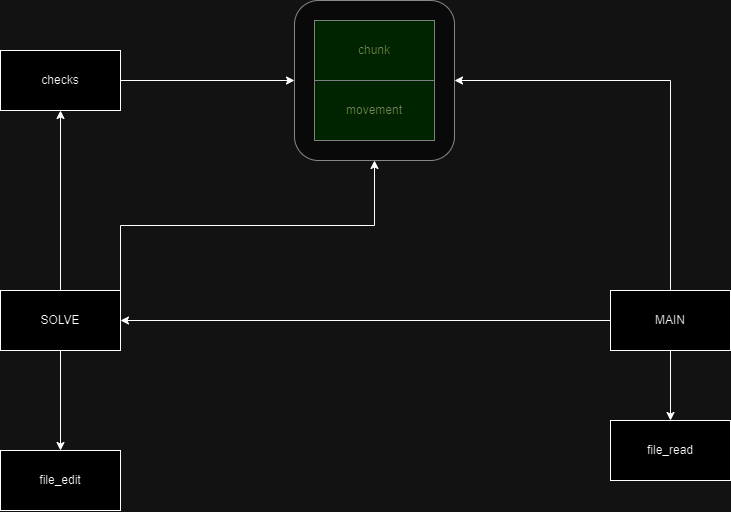
Above: Połączenia.png in Mkkami/LabyrinthSolver (draw.io), before the change. Source tidied: cells renumbered, new cells last; positions are measured from the earlier drawing's top-left corner, leaving out a move shared by most shapes. Source of this version:
```xml
<mxGraphModel>
  <root>
    <mxCell id="0" />
    <mxCell id="1" parent="0" />
    <mxCell id="2" style="edgeStyle=orthogonalEdgeStyle;rounded=0;jettySize=auto;html=1;entryX=0.5;entryY=0;entryDx=0;entryDy=0;" parent="1" edge="1" source="5" target="8">
      <mxGeometry relative="1" as="geometry" />
    </mxCell>
    <mxCell id="3" style="edgeStyle=orthogonalEdgeStyle;rounded=0;jettySize=auto;html=1;entryX=1;entryY=0.5;entryDx=0;entryDy=0;" parent="1" edge="1" source="5" target="12">
      <mxGeometry relative="1" as="geometry" />
    </mxCell>
    <mxCell id="4" style="edgeStyle=orthogonalEdgeStyle;rounded=0;jettySize=auto;html=1;entryX=1;entryY=0.5;entryDx=0;entryDy=0;" parent="1" edge="1" source="5" target="16">
      <mxGeometry relative="1" as="geometry">
        <Array as="points">
          <mxPoint x="670" y="80" />
        </Array>
      </mxGeometry>
    </mxCell>
    <mxCell id="5" value="MAIN" style="rounded=0;whiteSpace=wrap;html=1;" parent="1" vertex="1">
      <mxGeometry x="610" y="290" width="120" height="60" as="geometry" />
    </mxCell>
    <mxCell id="6" value="chunk" style="rounded=0;whiteSpace=wrap;html=1;fillColor=#99FF33;" parent="1" vertex="1">
      <mxGeometry x="314" y="20" width="120" height="60" as="geometry" />
    </mxCell>
    <mxCell id="7" value="movement" style="rounded=0;whiteSpace=wrap;html=1;fillColor=#99FF33;" parent="1" vertex="1">
      <mxGeometry x="314" y="80" width="120" height="60" as="geometry" />
    </mxCell>
    <mxCell id="8" value="file_read" style="rounded=0;whiteSpace=wrap;html=1;" parent="1" vertex="1">
      <mxGeometry x="610" y="420" width="120" height="60" as="geometry" />
    </mxCell>
    <mxCell id="9" style="edgeStyle=orthogonalEdgeStyle;rounded=0;jettySize=auto;html=1;entryX=0.5;entryY=1;entryDx=0;entryDy=0;" parent="1" edge="1" source="12" target="14">
      <mxGeometry relative="1" as="geometry" />
    </mxCell>
    <mxCell id="10" style="edgeStyle=orthogonalEdgeStyle;rounded=0;jettySize=auto;html=1;" parent="1" edge="1" source="12" target="15">
      <mxGeometry relative="1" as="geometry" />
    </mxCell>
    <mxCell id="11" style="edgeStyle=orthogonalEdgeStyle;rounded=0;jettySize=auto;html=1;exitX=1;exitY=0;exitDx=0;exitDy=0;entryX=0.5;entryY=1;entryDx=0;entryDy=0;" parent="1" edge="1" source="12" target="16">
      <mxGeometry relative="1" as="geometry" />
    </mxCell>
    <mxCell id="12" value="SOLVE" style="rounded=0;whiteSpace=wrap;html=1;" parent="1" vertex="1">
      <mxGeometry y="290" width="120" height="60" as="geometry" />
    </mxCell>
    <mxCell id="13" style="edgeStyle=orthogonalEdgeStyle;rounded=0;jettySize=auto;html=1;entryX=0;entryY=0.5;entryDx=0;entryDy=0;" parent="1" edge="1" source="14" target="16">
      <mxGeometry relative="1" as="geometry" />
    </mxCell>
    <mxCell id="14" value="checks" style="rounded=0;whiteSpace=wrap;html=1;" parent="1" vertex="1">
      <mxGeometry y="50" width="120" height="60" as="geometry" />
    </mxCell>
    <mxCell id="15" value="file_edit" style="rounded=0;whiteSpace=wrap;html=1;" parent="1" vertex="1">
      <mxGeometry y="450" width="120" height="60" as="geometry" />
    </mxCell>
    <mxCell id="16" style="rounded=1;whiteSpace=wrap;html=1;gradientColor=none;opacity=50;" parent="1" vertex="1">
      <mxGeometry x="294" width="160" height="160" as="geometry" />
    </mxCell>
  </root>
</mxGraphModel>
```
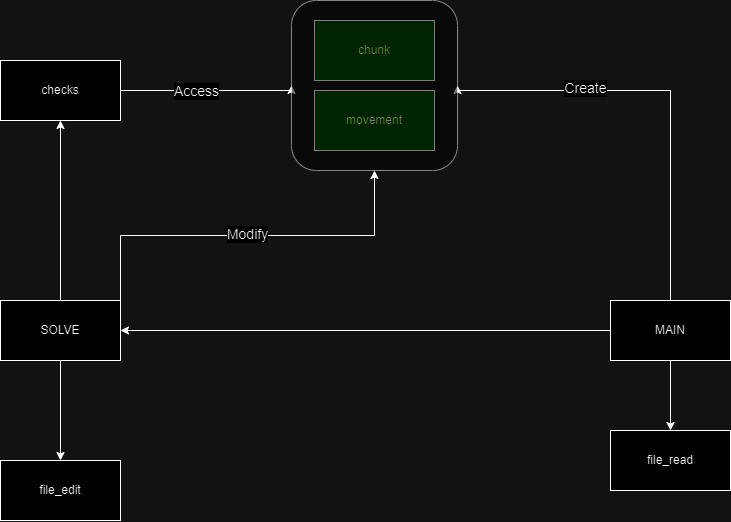
The same diagram one commit later.

Commit message:
Name links

What changed in the source:
```diff
@@ -15,11 +15,14 @@
         </Array>
       </mxGeometry>
     </mxCell>
+    <mxCell id="17" value="&lt;font style=&quot;font-size: 14px;&quot;&gt;Create&lt;/font&gt;" style="edgeLabel;html=1;align=center;verticalAlign=middle;" parent="4" vertex="1">
+      <mxGeometry x="0.38" y="-2" relative="1" as="geometry" />
+    </mxCell>
     <mxCell id="5" value="MAIN" style="rounded=0;whiteSpace=wrap;html=1;" parent="1" vertex="1">
       <mxGeometry x="610" y="290" width="120" height="60" as="geometry" />
     </mxCell>
     <mxCell id="6" value="chunk" style="rounded=0;whiteSpace=wrap;html=1;fillColor=#99FF33;" parent="1" vertex="1">
-      <mxGeometry x="314" y="20" width="120" height="60" as="geometry" />
+      <mxGeometry x="314" y="10" width="120" height="60" as="geometry" />
     </mxCell>
     <mxCell id="7" value="movement" style="rounded=0;whiteSpace=wrap;html=1;fillColor=#99FF33;" parent="1" vertex="1">
       <mxGeometry x="314" y="80" width="120" height="60" as="geometry" />
@@ -36,12 +39,22 @@
     <mxCell id="11" style="edgeStyle=orthogonalEdgeStyle;rounded=0;jettySize=auto;html=1;exitX=1;exitY=0;exitDx=0;exitDy=0;entryX=0.5;entryY=1;entryDx=0;entryDy=0;" parent="1" edge="1" source="12" target="16">
       <mxGeometry relative="1" as="geometry" />
     </mxCell>
+    <mxCell id="18" value="&lt;font style=&quot;font-size: 14px;&quot;&gt;Modify&lt;/font&gt;" style="edgeLabel;html=1;align=center;verticalAlign=middle;" parent="11" vertex="1">
+      <mxGeometry y="1" relative="1" as="geometry" />
+    </mxCell>
     <mxCell id="12" value="SOLVE" style="rounded=0;whiteSpace=wrap;html=1;" parent="1" vertex="1">
       <mxGeometry y="290" width="120" height="60" as="geometry" />
     </mxCell>
     <mxCell id="13" style="edgeStyle=orthogonalEdgeStyle;rounded=0;jettySize=auto;html=1;entryX=0;entryY=0.5;entryDx=0;entryDy=0;" parent="1" edge="1" source="14" target="16">
-      <mxGeometry relative="1" as="geometry" />
+      <mxGeometry relative="1" as="geometry">
+        <Array as="points">
+          <mxPoint x="291" y="80" />
+        </Array>
+      </mxGeometry>
     </mxCell>
+    <mxCell id="19" value="&lt;font style=&quot;font-size: 14px;&quot;&gt;Access&lt;/font&gt;" style="edgeLabel;html=1;align=center;verticalAlign=middle;" parent="13" vertex="1">
+      <mxGeometry x="-0.14" y="-1" relative="1" as="geometry" />
+    </mxCell>
     <mxCell id="14" value="checks" style="rounded=0;whiteSpace=wrap;html=1;" parent="1" vertex="1">
       <mxGeometry y="50" width="120" height="60" as="geometry" />
     </mxCell>
@@ -49,7 +62,7 @@
       <mxGeometry y="450" width="120" height="60" as="geometry" />
     </mxCell>
     <mxCell id="16" style="rounded=1;whiteSpace=wrap;html=1;gradientColor=none;opacity=50;" parent="1" vertex="1">
-      <mxGeometry x="294" width="160" height="160" as="geometry" />
+      <mxGeometry x="291" y="-10" width="166" height="170" as="geometry" />
     </mxCell>
   </root>
 </mxGraphModel>
```
